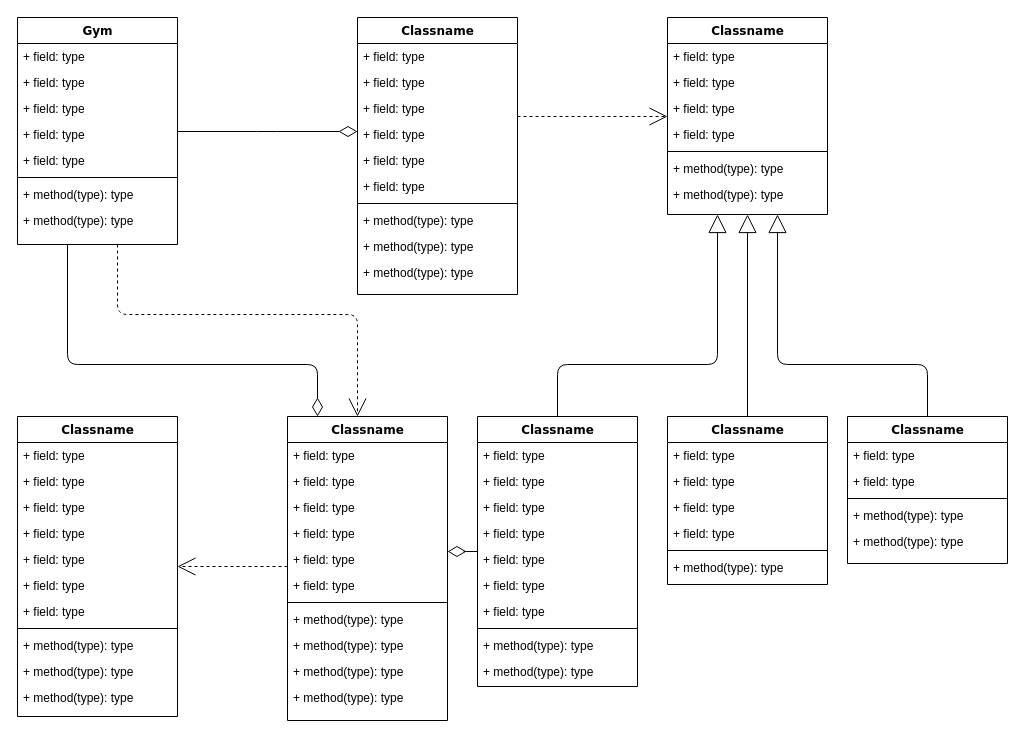
The draw.io diagram ERP-UML.drawio in 0-ToniK-0/ERP-UML, before the edit. Source tidied: cells renumbered, new cells numbered last; positions are measured from the earlier drawing's top-left corner, leaving out a move shared by most shapes. Both pictures are drawn from the tidied source at 100%, with x=0, y=0 at pixel (17, 17).
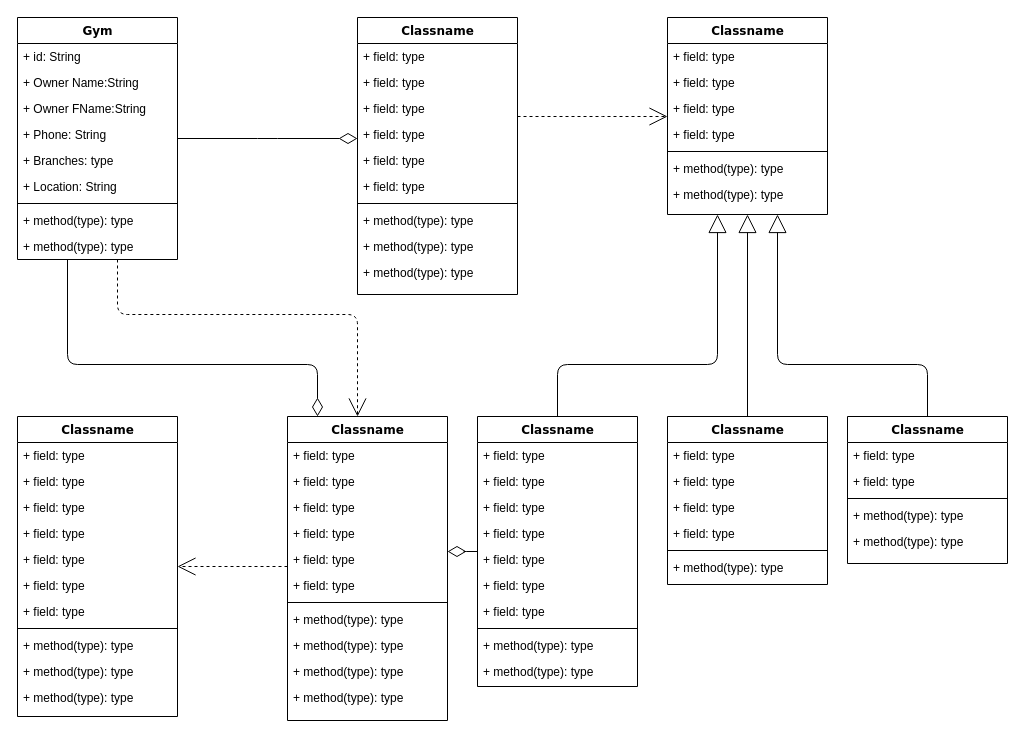
Above is the later version.

Change to the diagram source:
```diff
@@
     <mxCell id="4" value="Gym" style="swimlane;html=1;fontStyle=1;align=center;verticalAlign=top;horizontal=1;startSize=26;swimlaneFillColor=#ffffff;rounded=0;shadow=0;comic=0;labelBackgroundColor=none;strokeWidth=1;fillColor=none;fontFamily=Verdana;fontSize=12;" parent="1" vertex="1">
-      <mxGeometry width="160" height="227" as="geometry" />
+      <mxGeometry width="160" height="242" as="geometry" />
     </mxCell>
+    <mxCell id="7" value="+ id: String" style="text;html=1;strokeColor=none;fillColor=none;align=left;verticalAlign=top;spacingLeft=4;spacingRight=4;whiteSpace=wrap;overflow=hidden;" parent="4" vertex="1">
+      <mxGeometry y="26" width="160" height="26" as="geometry" />
+    </mxCell>
-    <mxCell id="5" value="+ field: type" style="text;html=1;strokeColor=none;fillColor=none;align=left;verticalAlign=top;spacingLeft=4;spacingRight=4;whiteSpace=wrap;overflow=hidden;" parent="4" vertex="1">
-      <mxGeometry y="26" width="160" height="26" as="geometry" />
+    <mxCell id="5" value="+ Owner Name:String&lt;div&gt;&amp;nbsp;&lt;/div&gt;" style="text;html=1;strokeColor=none;fillColor=none;align=left;verticalAlign=top;spacingLeft=4;spacingRight=4;whiteSpace=wrap;overflow=hidden;" parent="4" vertex="1">
+      <mxGeometry y="52" width="160" height="26" as="geometry" />
     </mxCell>
+    <mxCell id="87" value="+ Owner FName:String&lt;div&gt;&amp;nbsp;&lt;/div&gt;" style="text;html=1;strokeColor=none;fillColor=none;align=left;verticalAlign=top;spacingLeft=4;spacingRight=4;whiteSpace=wrap;overflow=hidden;" parent="4" vertex="1">
+      <mxGeometry y="78" width="160" height="26" as="geometry" />
+    </mxCell>
-    <mxCell id="6" value="+ field: type" style="text;html=1;strokeColor=none;fillColor=none;align=left;verticalAlign=top;spacingLeft=4;spacingRight=4;whiteSpace=wrap;overflow=hidden;" parent="4" vertex="1">
-      <mxGeometry y="52" width="160" height="26" as="geometry" />
+    <mxCell id="6" value="+ Phone: String&lt;div&gt;&lt;br&gt;&lt;/div&gt;" style="text;html=1;strokeColor=none;fillColor=none;align=left;verticalAlign=top;spacingLeft=4;spacingRight=4;whiteSpace=wrap;overflow=hidden;" parent="4" vertex="1">
+      <mxGeometry y="104" width="160" height="26" as="geometry" />
     </mxCell>
-    <mxCell id="7" value="+ field: type" style="text;html=1;strokeColor=none;fillColor=none;align=left;verticalAlign=top;spacingLeft=4;spacingRight=4;whiteSpace=wrap;overflow=hidden;" parent="4" vertex="1">
-      <mxGeometry y="78" width="160" height="26" as="geometry" />
-    </mxCell>
+    <mxCell id="9" value="+ Branches: type" style="text;html=1;strokeColor=none;fillColor=none;align=left;verticalAlign=top;spacingLeft=4;spacingRight=4;whiteSpace=wrap;overflow=hidden;" parent="4" vertex="1">
+      <mxGeometry y="130" width="160" height="26" as="geometry" />
+    </mxCell>
-    <mxCell id="8" value="+ field: type" style="text;html=1;strokeColor=none;fillColor=none;align=left;verticalAlign=top;spacingLeft=4;spacingRight=4;whiteSpace=wrap;overflow=hidden;" parent="4" vertex="1">
-      <mxGeometry y="104" width="160" height="26" as="geometry" />
+    <mxCell id="8" value="+ Location: String" style="text;html=1;strokeColor=none;fillColor=none;align=left;verticalAlign=top;spacingLeft=4;spacingRight=4;whiteSpace=wrap;overflow=hidden;" parent="4" vertex="1">
+      <mxGeometry y="156" width="160" height="26" as="geometry" />
     </mxCell>
-    <mxCell id="9" value="+ field: type" style="text;html=1;strokeColor=none;fillColor=none;align=left;verticalAlign=top;spacingLeft=4;spacingRight=4;whiteSpace=wrap;overflow=hidden;" parent="4" vertex="1">
-      <mxGeometry y="130" width="160" height="26" as="geometry" />
-    </mxCell>
     <mxCell id="10" style="line;html=1;strokeWidth=1;fillColor=none;align=left;verticalAlign=middle;spacingTop=-1;spacingLeft=3;spacingRight=3;labelPosition=right;" parent="4" vertex="1">
-      <mxGeometry y="156" width="160" height="8" as="geometry" />
+      <mxGeometry y="182" width="160" height="8" as="geometry" />
     </mxCell>
     <mxCell id="11" value="+ method(type): type" style="text;html=1;strokeColor=none;fillColor=none;align=left;verticalAlign=top;spacingLeft=4;spacingRight=4;whiteSpace=wrap;overflow=hidden;" parent="4" vertex="1">
-      <mxGeometry y="164" width="160" height="26" as="geometry" />
+      <mxGeometry y="190" width="160" height="26" as="geometry" />
     </mxCell>
     <mxCell id="12" value="+ method(type): type" style="text;html=1;strokeColor=none;fillColor=none;align=left;verticalAlign=top;spacingLeft=4;spacingRight=4;whiteSpace=wrap;overflow=hidden;" parent="4" vertex="1">
-      <mxGeometry y="190" width="160" height="26" as="geometry" />
+      <mxGeometry y="216" width="160" height="26" as="geometry" />
     </mxCell>
```
